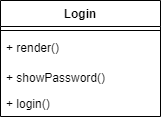
This is img/Architecture/UI/loginUI.png from hienbui-iwrp/DACN_report, a draw.io export, as it was before one commit. Source tidied: cells renumbered, new cells last; positions are measured from the earlier drawing's top-left corner, leaving out a move shared by most shapes. Its diagram source:
```xml
<mxGraphModel>
  <root>
    <mxCell id="0" />
    <mxCell id="1" parent="0" />
    <mxCell id="2" value="Login" style="swimlane;fontStyle=1;align=center;verticalAlign=top;horizontal=1;startSize=26;" parent="1" vertex="1">
      <mxGeometry width="160" height="116" as="geometry" />
    </mxCell>
    <mxCell id="3" style="line;strokeWidth=1;fillColor=none;align=left;verticalAlign=middle;spacingTop=-1;spacingLeft=3;spacingRight=3;labelPosition=right;strokeColor=inherit;" parent="2" vertex="1">
      <mxGeometry y="26" width="160" height="8" as="geometry" />
    </mxCell>
    <mxCell id="4" value="+ render()" style="text;strokeColor=none;fillColor=none;align=left;verticalAlign=top;spacingLeft=4;spacingRight=4;overflow=hidden;" parent="2" vertex="1">
      <mxGeometry y="34" width="160" height="30" as="geometry" />
    </mxCell>
    <mxCell id="5" value="+ showPassword()" style="text;strokeColor=none;fillColor=none;align=left;verticalAlign=top;spacingLeft=4;spacingRight=4;overflow=hidden;" parent="2" vertex="1">
      <mxGeometry y="64" width="160" height="26" as="geometry" />
    </mxCell>
    <mxCell id="6" value="+ login()" style="text;strokeColor=none;fillColor=none;align=left;verticalAlign=top;spacingLeft=4;spacingRight=4;overflow=hidden;" parent="2" vertex="1">
      <mxGeometry y="90" width="160" height="26" as="geometry" />
    </mxCell>
  </root>
</mxGraphModel>
```
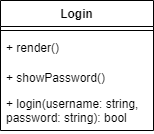
After the commit.

What changed in the source:
```diff
@@ -3,19 +3,19 @@
     <mxCell id="0" />
     <mxCell id="1" parent="0" />
     <mxCell id="2" value="Login" style="swimlane;fontStyle=1;align=center;verticalAlign=top;horizontal=1;startSize=26;" parent="1" vertex="1">
-      <mxGeometry width="160" height="116" as="geometry" />
+      <mxGeometry width="153" height="130" as="geometry" />
     </mxCell>
     <mxCell id="3" style="line;strokeWidth=1;fillColor=none;align=left;verticalAlign=middle;spacingTop=-1;spacingLeft=3;spacingRight=3;labelPosition=right;strokeColor=inherit;" parent="2" vertex="1">
-      <mxGeometry y="26" width="160" height="8" as="geometry" />
+      <mxGeometry y="26" width="153" height="8" as="geometry" />
     </mxCell>
     <mxCell id="4" value="+ render()" style="text;strokeColor=none;fillColor=none;align=left;verticalAlign=top;spacingLeft=4;spacingRight=4;overflow=hidden;" parent="2" vertex="1">
-      <mxGeometry y="34" width="160" height="30" as="geometry" />
+      <mxGeometry y="34" width="153" height="30" as="geometry" />
     </mxCell>
     <mxCell id="5" value="+ showPassword()" style="text;strokeColor=none;fillColor=none;align=left;verticalAlign=top;spacingLeft=4;spacingRight=4;overflow=hidden;" parent="2" vertex="1">
-      <mxGeometry y="64" width="160" height="26" as="geometry" />
+      <mxGeometry y="64" width="153" height="26" as="geometry" />
     </mxCell>
-    <mxCell id="6" value="+ login()" style="text;strokeColor=none;fillColor=none;align=left;verticalAlign=top;spacingLeft=4;spacingRight=4;overflow=hidden;" parent="2" vertex="1">
-      <mxGeometry y="90" width="160" height="26" as="geometry" />
+    <mxCell id="6" value="+ login(username: string, &#10;password: string): bool" style="text;strokeColor=none;fillColor=none;align=left;verticalAlign=top;spacingLeft=4;spacingRight=4;overflow=hidden;" parent="2" vertex="1">
+      <mxGeometry y="90" width="153" height="40" as="geometry" />
     </mxCell>
   </root>
 </mxGraphModel>
```
